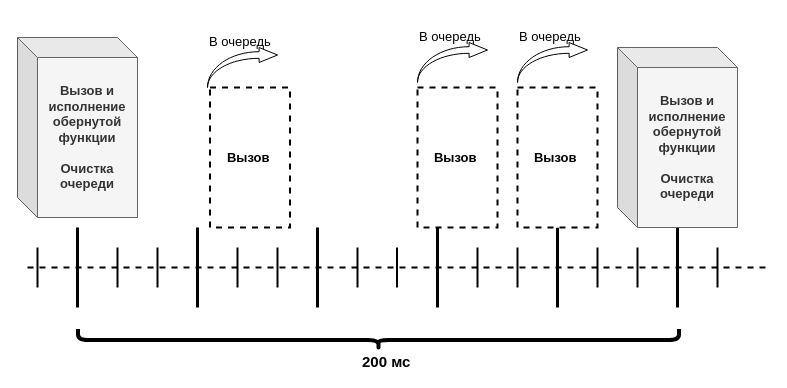
Earlier version of the draw.io diagram drawio/debounce.drawio (Jeday/GraduationPaper). Source tidied: cells renumbered, new cells numbered last; positions are measured from the earlier drawing's top-left corner, leaving out a move shared by most shapes. Both pictures are drawn from the tidied source at 100%, with x=0, y=0 at pixel (17, 22).
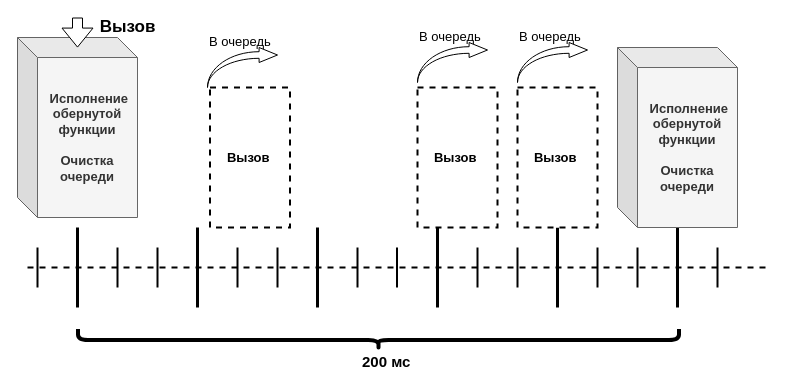
The same diagram, later.

Commit message (it also covers changes not shown here):
notes and diagram fixes

The edit, as a diff of the source:
```diff
@@
-    <mxCell id="9" value="Вызов и исполнение&lt;br style=&quot;font-size: 13px;&quot;&gt;обернутой функции&lt;br style=&quot;font-size: 13px;&quot;&gt;&lt;br style=&quot;font-size: 13px;&quot;&gt;Очистка очереди&lt;br style=&quot;font-size: 13px;&quot;&gt;" style="shape=cube;html=1;boundedLbl=1;backgroundOutline=1;darkOpacity=0.05;darkOpacity2=0.1;fillColor=#f5f5f5;strokeColor=#666666;fontColor=#333333;verticalAlign=middle;align=center;whiteSpace=wrap;horizontal=1;fontSize=13;fontStyle=1;" parent="1" vertex="1">
+    <mxCell id="9" value="&amp;nbsp;Исполнение&lt;br&gt;обернутой функции&lt;br&gt;&lt;br&gt;Очистка очереди&lt;br style=&quot;font-size: 13px&quot;&gt;" style="shape=cube;html=1;boundedLbl=1;backgroundOutline=1;darkOpacity=0.05;darkOpacity2=0.1;fillColor=#f5f5f5;strokeColor=#666666;fontColor=#333333;verticalAlign=middle;align=center;whiteSpace=wrap;horizontal=1;fontSize=13;fontStyle=1;" parent="1" vertex="1">
       <mxGeometry y="15" width="120" height="180" as="geometry" />
     </mxCell>
@@
-    <mxCell id="13" value="Вызов и исполнение&lt;br style=&quot;font-size: 13px;&quot;&gt;обернутой функции&lt;br style=&quot;font-size: 13px;&quot;&gt;&lt;br style=&quot;font-size: 13px;&quot;&gt;Очистка очереди&lt;br style=&quot;font-size: 13px;&quot;&gt;" style="shape=cube;whiteSpace=wrap;html=1;boundedLbl=1;backgroundOutline=1;darkOpacity=0.05;darkOpacity2=0.1;fillColor=#f5f5f5;strokeColor=#666666;fontColor=#333333;fontSize=13;fontStyle=1;" parent="1" vertex="1">
+    <mxCell id="13" value="&amp;nbsp;Исполнение&lt;br style=&quot;font-size: 13px&quot;&gt;обернутой функции&lt;br style=&quot;font-size: 13px&quot;&gt;&lt;br style=&quot;font-size: 13px&quot;&gt;Очистка очереди&lt;br style=&quot;font-size: 13px&quot;&gt;" style="shape=cube;whiteSpace=wrap;html=1;boundedLbl=1;backgroundOutline=1;darkOpacity=0.05;darkOpacity2=0.1;fillColor=#f5f5f5;strokeColor=#666666;fontColor=#333333;fontSize=13;fontStyle=1;" parent="1" vertex="1">
       <mxGeometry x="600" y="25" width="120" height="180" as="geometry" />
     </mxCell>
@@
+    <mxCell id="38" value="Вызов" style="shape=flexArrow;endArrow=classic;html=1;entryX=0.5;entryY=0.056;entryDx=0;entryDy=0;entryPerimeter=0;fontSize=17;fontStyle=1;labelBackgroundColor=none;fillColor=#ffffff;" parent="1" edge="1" target="9">
+      <mxGeometry x="-0.34" y="50" relative="1" as="geometry">
+        <mxPoint x="60" y="-5" as="sourcePoint" />
+      </mxGeometry>
+    </mxCell>
```
